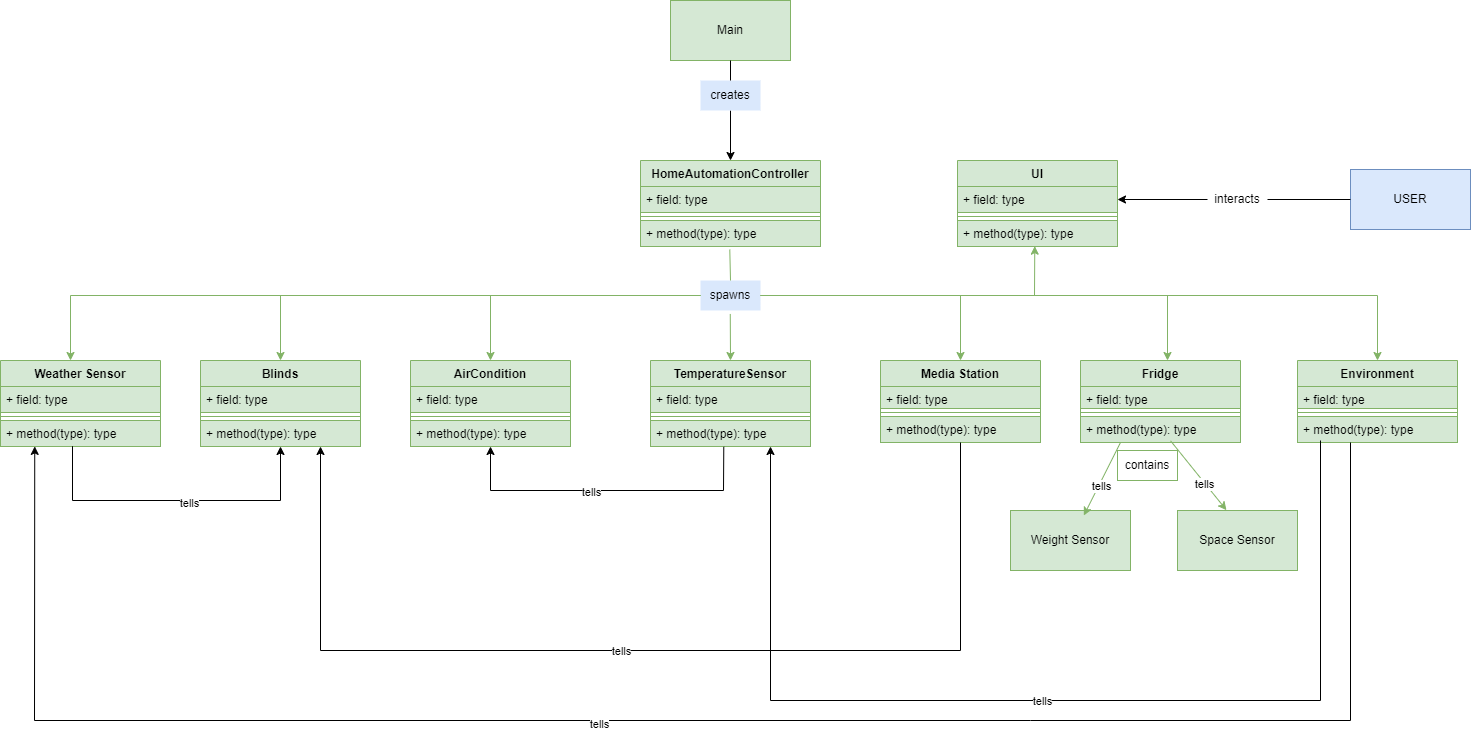
This is classdiagram.png from FabianEgartner/SYSARC2, a draw.io export, as it was before one commit. Source tidied: cells renumbered, new cells last; positions are measured from the earlier drawing's top-left corner, leaving out a move shared by most shapes.
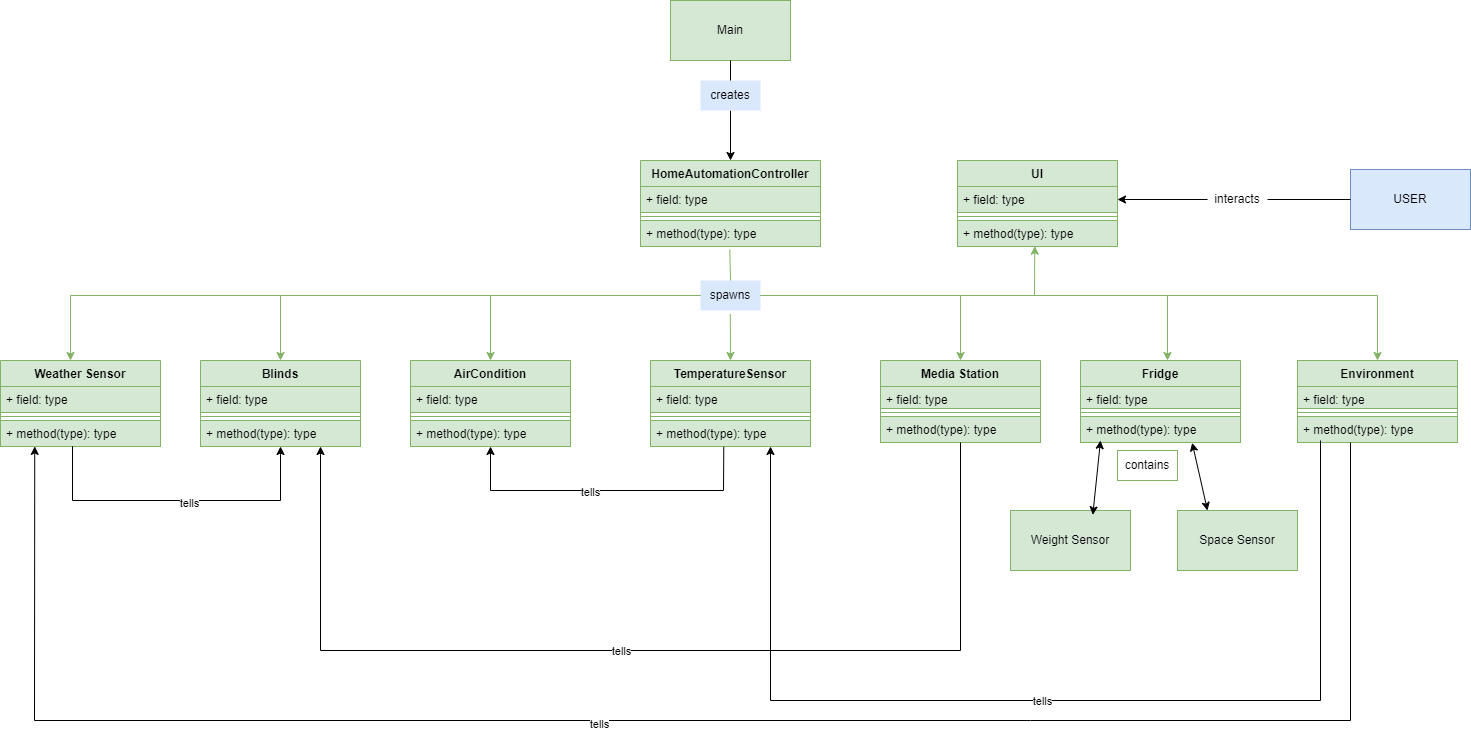
Above is the later version.

Diff of the diagram source:
```diff
@@ -139,20 +139,6 @@
     <mxCell id="44" value="Space Sensor" style="rounded=0;whiteSpace=wrap;html=1;fillColor=#d5e8d4;strokeColor=#82b366;" parent="1" vertex="1">
       <mxGeometry x="1177" y="510" width="120" height="60" as="geometry" />
     </mxCell>
-    <mxCell id="45" style="endArrow=classic;html=1;rounded=0;exitX=0.25;exitY=1;exitDx=0;exitDy=0;entryX=0.611;entryY=0.083;entryDx=0;entryDy=0;entryPerimeter=0;fillColor=#d5e8d4;strokeColor=#82b366;" parent="1" edge="1" source="39" target="43">
-      <mxGeometry relative="1" as="geometry" />
-    </mxCell>
-    <mxCell id="46" value="tells" style="edgeLabel;html=1;align=center;verticalAlign=middle;fontColor=#000000;" parent="45" vertex="1">
-      <mxGeometry x="0.16" y="3" relative="1" as="geometry">
-        <mxPoint x="-1" as="offset" />
-      </mxGeometry>
-    </mxCell>
-    <mxCell id="47" style="endArrow=classic;html=1;rounded=0;entryX=0.408;entryY=-0.006;entryDx=0;entryDy=0;entryPerimeter=0;exitX=0.563;exitY=0.936;exitDx=0;exitDy=0;exitPerimeter=0;fillColor=#d5e8d4;strokeColor=#82b366;" parent="1" edge="1" source="42" target="44">
-      <mxGeometry relative="1" as="geometry" />
-    </mxCell>
-    <mxCell id="48" value="tells" style="edgeLabel;html=1;align=center;verticalAlign=middle;fontColor=#000000;" parent="47" vertex="1">
-      <mxGeometry x="0.23" y="-1" relative="1" as="geometry" />
-    </mxCell>
     <mxCell id="49" value="contains" style="text;html=1;strokeColor=#82b366;fillColor=none;align=center;verticalAlign=middle;whiteSpace=wrap;rounded=0;" parent="1" vertex="1">
       <mxGeometry x="1117" y="450" width="60" height="30" as="geometry" />
     </mxCell>
@@ -283,5 +269,11 @@
         <mxPoint x="-32" y="1" as="offset" />
       </mxGeometry>
     </mxCell>
+    <mxCell id="47" style="endArrow=classic;startArrow=classic;html=1;rounded=0;exitX=0.698;exitY=1.013;exitDx=0;exitDy=0;exitPerimeter=0;entryX=0.25;entryY=0;entryDx=0;entryDy=0;fillColor=#d5e8d4;strokeColor=#000000;" parent="1" edge="1" source="42" target="44">
+      <mxGeometry relative="1" as="geometry" />
+    </mxCell>
+    <mxCell id="73" style="endArrow=classic;startArrow=classic;html=1;rounded=0;exitX=0.125;exitY=0.923;exitDx=0;exitDy=0;exitPerimeter=0;entryX=0.686;entryY=0.072;entryDx=0;entryDy=0;entryPerimeter=0;fillColor=#d5e8d4;strokeColor=#000000;" parent="1" edge="1" source="42" target="43">
+      <mxGeometry relative="1" as="geometry" />
+    </mxCell>
   </root>
 </mxGraphModel>
```
